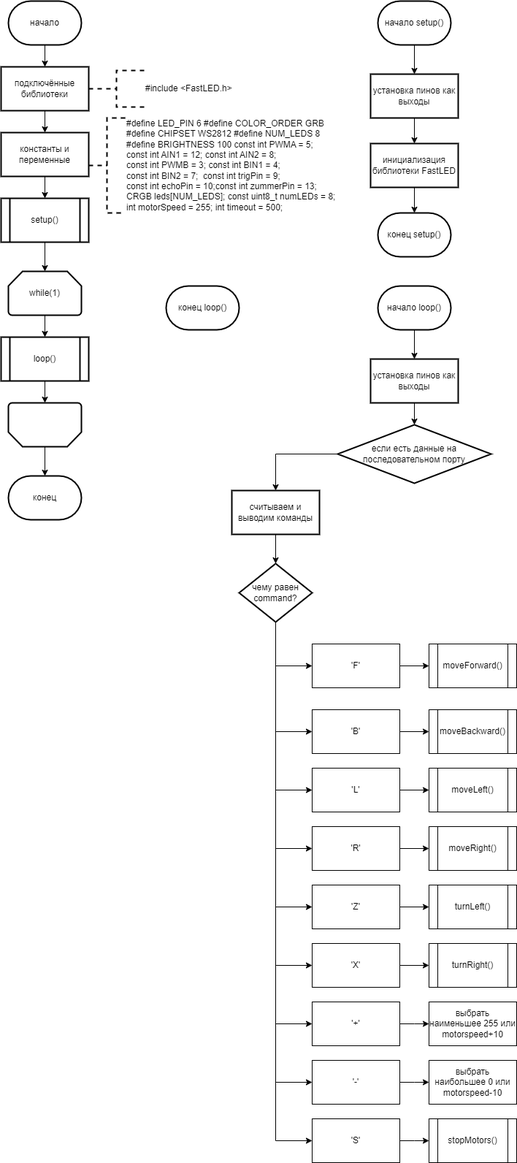
The draw.io diagram Sem_2/shemaprogram.drawio.png in ksinph/PSTU_LABS_2023, before a commit. Source tidied: cells renumbered, new cells last; positions are measured from the earlier drawing's top-left corner, leaving out a move shared by most shapes.
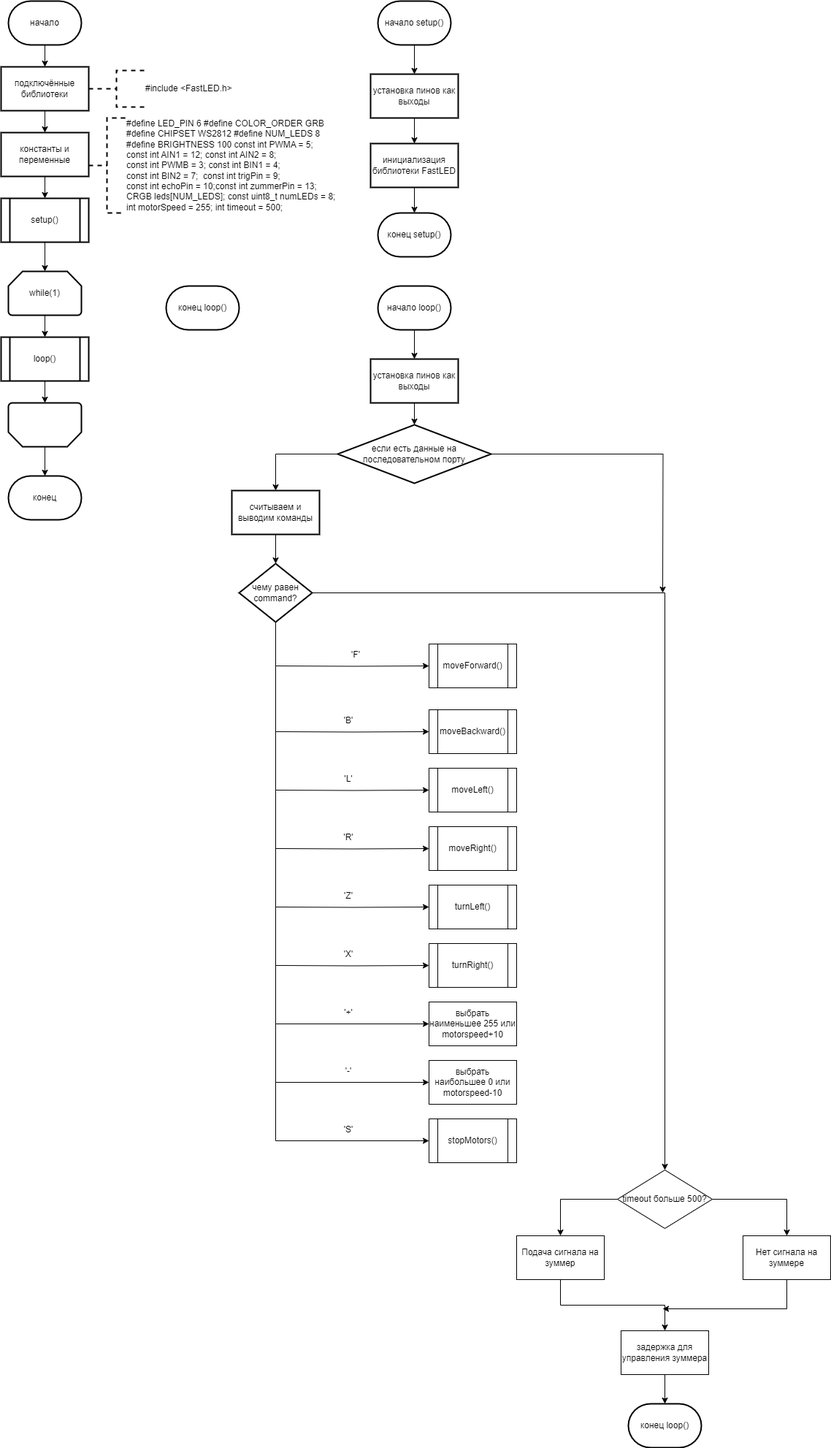
The same diagram one commit later.

Diff of the diagram source:
```diff
@@ -92,6 +92,11 @@
     <mxCell id="31" style="edgeStyle=orthogonalEdgeStyle;rounded=0;jettySize=auto;html=1;" parent="1" edge="1" source="32" target="34">
       <mxGeometry relative="1" as="geometry" />
     </mxCell>
+    <mxCell id="72" style="edgeStyle=orthogonalEdgeStyle;rounded=0;jettySize=auto;html=1;exitX=1;exitY=0.5;exitDx=0;exitDy=0;" parent="1" edge="1" source="32">
+      <mxGeometry relative="1" as="geometry">
+        <mxPoint x="906" y="810" as="targetPoint" />
+      </mxGeometry>
+    </mxCell>
     <mxCell id="32" value="если есть данные на последовательном порту" style="rhombus;whiteSpace=wrap;html=1;strokeWidth=2;" parent="1" vertex="1">
       <mxGeometry x="461" y="580" width="210" height="80" as="geometry" />
     </mxCell>
@@ -101,122 +106,145 @@
     <mxCell id="34" value="считываем и выводим команды" style="whiteSpace=wrap;html=1;strokeWidth=2;" parent="1" vertex="1">
       <mxGeometry x="316" y="670" width="120" height="60" as="geometry" />
     </mxCell>
-    <mxCell id="35" style="edgeStyle=orthogonalEdgeStyle;rounded=0;jettySize=auto;html=1;exitX=0.5;exitY=1;exitDx=0;exitDy=0;entryX=0;entryY=0.5;entryDx=0;entryDy=0;" parent="1" edge="1" source="44" target="46">
-      <mxGeometry relative="1" as="geometry" />
-    </mxCell>
-    <mxCell id="36" style="edgeStyle=orthogonalEdgeStyle;rounded=0;jettySize=auto;html=1;exitX=0.5;exitY=1;exitDx=0;exitDy=0;entryX=0;entryY=0.5;entryDx=0;entryDy=0;" parent="1" edge="1" source="44" target="49">
-      <mxGeometry relative="1" as="geometry" />
-    </mxCell>
-    <mxCell id="37" style="edgeStyle=orthogonalEdgeStyle;rounded=0;jettySize=auto;html=1;exitX=0.5;exitY=1;exitDx=0;exitDy=0;entryX=0;entryY=0.5;entryDx=0;entryDy=0;" parent="1" edge="1" source="44" target="52">
-      <mxGeometry relative="1" as="geometry" />
-    </mxCell>
-    <mxCell id="38" style="edgeStyle=orthogonalEdgeStyle;rounded=0;jettySize=auto;html=1;exitX=0.5;exitY=1;exitDx=0;exitDy=0;entryX=0;entryY=0.5;entryDx=0;entryDy=0;" parent="1" edge="1" source="44" target="55">
-      <mxGeometry relative="1" as="geometry" />
-    </mxCell>
-    <mxCell id="39" style="edgeStyle=orthogonalEdgeStyle;rounded=0;jettySize=auto;html=1;exitX=0.5;exitY=1;exitDx=0;exitDy=0;entryX=0;entryY=0.5;entryDx=0;entryDy=0;" parent="1" edge="1" source="44" target="58">
-      <mxGeometry relative="1" as="geometry" />
-    </mxCell>
-    <mxCell id="40" style="edgeStyle=orthogonalEdgeStyle;rounded=0;jettySize=auto;html=1;exitX=0.5;exitY=1;exitDx=0;exitDy=0;entryX=0;entryY=0.5;entryDx=0;entryDy=0;" parent="1" edge="1" source="44" target="61">
-      <mxGeometry relative="1" as="geometry" />
-    </mxCell>
-    <mxCell id="41" style="edgeStyle=orthogonalEdgeStyle;rounded=0;jettySize=auto;html=1;exitX=0.5;exitY=1;exitDx=0;exitDy=0;entryX=0;entryY=0.5;entryDx=0;entryDy=0;" parent="1" edge="1" source="44" target="64">
-      <mxGeometry relative="1" as="geometry" />
-    </mxCell>
-    <mxCell id="42" style="edgeStyle=orthogonalEdgeStyle;rounded=0;jettySize=auto;html=1;exitX=0.5;exitY=1;exitDx=0;exitDy=0;entryX=0;entryY=0.5;entryDx=0;entryDy=0;" parent="1" edge="1" source="44" target="66">
-      <mxGeometry relative="1" as="geometry" />
-    </mxCell>
-    <mxCell id="43" style="edgeStyle=orthogonalEdgeStyle;rounded=0;jettySize=auto;html=1;exitX=0.5;exitY=1;exitDx=0;exitDy=0;entryX=0;entryY=0.5;entryDx=0;entryDy=0;" parent="1" edge="1" source="44" target="70">
+    <mxCell id="43" style="edgeStyle=orthogonalEdgeStyle;rounded=0;jettySize=auto;html=1;exitX=0.5;exitY=1;exitDx=0;exitDy=0;entryX=0;entryY=0.5;entryDx=0;entryDy=0;" parent="1" edge="1" source="44" target="71">
       <mxGeometry relative="1" as="geometry" />
     </mxCell>
+    <mxCell id="73" style="edgeStyle=orthogonalEdgeStyle;rounded=0;jettySize=auto;html=1;exitX=1;exitY=0.5;exitDx=0;exitDy=0;entryX=0.5;entryY=0;entryDx=0;entryDy=0;" parent="1" edge="1" source="44" target="76">
+      <mxGeometry relative="1" as="geometry" />
+    </mxCell>
     <mxCell id="44" value="чему равен command?" style="rhombus;whiteSpace=wrap;html=1;strokeWidth=2;" parent="1" vertex="1">
       <mxGeometry x="326" y="770" width="100" height="80" as="geometry" />
     </mxCell>
-    <mxCell id="45" style="edgeStyle=orthogonalEdgeStyle;rounded=0;jettySize=auto;html=1;exitX=1;exitY=0.5;exitDx=0;exitDy=0;" parent="1" edge="1" source="46" target="47">
-      <mxGeometry relative="1" as="geometry" />
+    <mxCell id="45" style="edgeStyle=orthogonalEdgeStyle;rounded=0;jettySize=auto;html=1;" parent="1" edge="1" target="47">
+      <mxGeometry relative="1" as="geometry">
+        <mxPoint x="376" y="910" as="sourcePoint" />
+      </mxGeometry>
     </mxCell>
-    <mxCell id="46" value="'F'" style="rounded=0;whiteSpace=wrap;html=1;" parent="1" vertex="1">
-      <mxGeometry x="426" y="880" width="120" height="60" as="geometry" />
-    </mxCell>
     <mxCell id="47" value="moveForward()" style="shape=process;whiteSpace=wrap;html=1;backgroundOutline=1;" parent="1" vertex="1">
       <mxGeometry x="586" y="880" width="120" height="60" as="geometry" />
     </mxCell>
-    <mxCell id="48" style="edgeStyle=orthogonalEdgeStyle;rounded=0;jettySize=auto;html=1;exitX=1;exitY=0.5;exitDx=0;exitDy=0;" parent="1" edge="1" source="49" target="50">
-      <mxGeometry relative="1" as="geometry" />
+    <mxCell id="48" style="edgeStyle=orthogonalEdgeStyle;rounded=0;jettySize=auto;html=1;" parent="1" edge="1" target="50">
+      <mxGeometry relative="1" as="geometry">
+        <mxPoint x="376" y="1000" as="sourcePoint" />
+      </mxGeometry>
     </mxCell>
-    <mxCell id="49" value="'B'" style="rounded=0;whiteSpace=wrap;html=1;" parent="1" vertex="1">
-      <mxGeometry x="426" y="970" width="120" height="60" as="geometry" />
-    </mxCell>
     <mxCell id="50" value="moveBackward()" style="shape=process;whiteSpace=wrap;html=1;backgroundOutline=1;" parent="1" vertex="1">
       <mxGeometry x="586" y="970" width="120" height="60" as="geometry" />
     </mxCell>
-    <mxCell id="51" style="edgeStyle=orthogonalEdgeStyle;rounded=0;jettySize=auto;html=1;exitX=1;exitY=0.5;exitDx=0;exitDy=0;" parent="1" edge="1" source="52" target="53">
-      <mxGeometry relative="1" as="geometry" />
+    <mxCell id="51" style="edgeStyle=orthogonalEdgeStyle;rounded=0;jettySize=auto;html=1;" parent="1" edge="1" target="53">
+      <mxGeometry relative="1" as="geometry">
+        <mxPoint x="376" y="1080" as="sourcePoint" />
+      </mxGeometry>
     </mxCell>
-    <mxCell id="52" value="'L'" style="rounded=0;whiteSpace=wrap;html=1;" parent="1" vertex="1">
-      <mxGeometry x="426" y="1050" width="120" height="60" as="geometry" />
-    </mxCell>
     <mxCell id="53" value="moveLeft()" style="shape=process;whiteSpace=wrap;html=1;backgroundOutline=1;" parent="1" vertex="1">
       <mxGeometry x="586" y="1050" width="120" height="60" as="geometry" />
     </mxCell>
-    <mxCell id="54" style="edgeStyle=orthogonalEdgeStyle;rounded=0;jettySize=auto;html=1;exitX=1;exitY=0.5;exitDx=0;exitDy=0;" parent="1" edge="1" source="55" target="56">
-      <mxGeometry relative="1" as="geometry" />
+    <mxCell id="54" style="edgeStyle=orthogonalEdgeStyle;rounded=0;jettySize=auto;html=1;" parent="1" edge="1" target="56">
+      <mxGeometry relative="1" as="geometry">
+        <mxPoint x="376" y="1160" as="sourcePoint" />
+      </mxGeometry>
     </mxCell>
-    <mxCell id="55" value="'R'" style="rounded=0;whiteSpace=wrap;html=1;" parent="1" vertex="1">
-      <mxGeometry x="426" y="1130" width="120" height="60" as="geometry" />
-    </mxCell>
     <mxCell id="56" value="moveRight()" style="shape=process;whiteSpace=wrap;html=1;backgroundOutline=1;" parent="1" vertex="1">
       <mxGeometry x="586" y="1130" width="120" height="60" as="geometry" />
     </mxCell>
-    <mxCell id="57" style="edgeStyle=orthogonalEdgeStyle;rounded=0;jettySize=auto;html=1;exitX=1;exitY=0.5;exitDx=0;exitDy=0;" parent="1" edge="1" source="58" target="59">
-      <mxGeometry relative="1" as="geometry" />
+    <mxCell id="57" style="edgeStyle=orthogonalEdgeStyle;rounded=0;jettySize=auto;html=1;" parent="1" edge="1" target="59">
+      <mxGeometry relative="1" as="geometry">
+        <mxPoint x="376" y="1240" as="sourcePoint" />
+      </mxGeometry>
     </mxCell>
-    <mxCell id="58" value="'Z'" style="rounded=0;whiteSpace=wrap;html=1;" parent="1" vertex="1">
-      <mxGeometry x="426" y="1210" width="120" height="60" as="geometry" />
-    </mxCell>
     <mxCell id="59" value="turnLeft()" style="shape=process;whiteSpace=wrap;html=1;backgroundOutline=1;" parent="1" vertex="1">
       <mxGeometry x="586" y="1210" width="120" height="60" as="geometry" />
     </mxCell>
-    <mxCell id="60" style="edgeStyle=orthogonalEdgeStyle;rounded=0;jettySize=auto;html=1;exitX=1;exitY=0.5;exitDx=0;exitDy=0;" parent="1" edge="1" source="61" target="62">
-      <mxGeometry relative="1" as="geometry" />
+    <mxCell id="60" style="edgeStyle=orthogonalEdgeStyle;rounded=0;jettySize=auto;html=1;" parent="1" edge="1" target="62">
+      <mxGeometry relative="1" as="geometry">
+        <mxPoint x="376" y="1320" as="sourcePoint" />
+      </mxGeometry>
     </mxCell>
-    <mxCell id="61" value="'X'" style="rounded=0;whiteSpace=wrap;html=1;" parent="1" vertex="1">
-      <mxGeometry x="426" y="1290" width="120" height="60" as="geometry" />
-    </mxCell>
     <mxCell id="62" value="turnRight()" style="shape=process;whiteSpace=wrap;html=1;backgroundOutline=1;" parent="1" vertex="1">
       <mxGeometry x="586" y="1290" width="120" height="60" as="geometry" />
     </mxCell>
-    <mxCell id="63" style="edgeStyle=orthogonalEdgeStyle;rounded=0;jettySize=auto;html=1;exitX=1;exitY=0.5;exitDx=0;exitDy=0;" parent="1" edge="1" source="64">
+    <mxCell id="63" style="edgeStyle=orthogonalEdgeStyle;rounded=0;orthogonalLoop=1;jettySize=auto;html=1;" parent="1" edge="1">
       <mxGeometry relative="1" as="geometry">
+        <mxPoint x="376" y="1400" as="sourcePoint" />
         <mxPoint x="586" y="1400" as="targetPoint" />
       </mxGeometry>
     </mxCell>
-    <mxCell id="64" value="'+'" style="rounded=0;whiteSpace=wrap;html=1;" parent="1" vertex="1">
-      <mxGeometry x="426" y="1370" width="120" height="60" as="geometry" />
-    </mxCell>
-    <mxCell id="65" style="edgeStyle=orthogonalEdgeStyle;rounded=0;jettySize=auto;html=1;exitX=1;exitY=0.5;exitDx=0;exitDy=0;" parent="1" edge="1" source="66">
+    <mxCell id="65" style="edgeStyle=orthogonalEdgeStyle;rounded=0;orthogonalLoop=1;jettySize=auto;html=1;" parent="1" edge="1">
       <mxGeometry relative="1" as="geometry">
+        <mxPoint x="376" y="1480" as="sourcePoint" />
         <mxPoint x="586" y="1480" as="targetPoint" />
       </mxGeometry>
     </mxCell>
-    <mxCell id="66" value="'-'" style="rounded=0;whiteSpace=wrap;html=1;" parent="1" vertex="1">
-      <mxGeometry x="426" y="1450" width="120" height="60" as="geometry" />
-    </mxCell>
     <mxCell id="67" value="выбрать наименьшее 255 или motorspeed+10" style="rounded=0;whiteSpace=wrap;html=1;" parent="1" vertex="1">
       <mxGeometry x="586" y="1370" width="120" height="60" as="geometry" />
     </mxCell>
     <mxCell id="68" value="выбрать наибольшее 0 или motorspeed-10" style="rounded=0;whiteSpace=wrap;html=1;" parent="1" vertex="1">
       <mxGeometry x="586" y="1450" width="120" height="60" as="geometry" />
     </mxCell>
-    <mxCell id="69" style="edgeStyle=orthogonalEdgeStyle;rounded=0;jettySize=auto;html=1;exitX=1;exitY=0.5;exitDx=0;exitDy=0;" parent="1" edge="1" source="70">
-      <mxGeometry relative="1" as="geometry">
-        <mxPoint x="586" y="1560" as="targetPoint" />
-      </mxGeometry>
-    </mxCell>
+    <mxCell id="71" value="stopMotors()" style="shape=process;whiteSpace=wrap;html=1;backgroundOutline=1;" parent="1" vertex="1">
+      <mxGeometry x="586" y="1530" width="120" height="60" as="geometry" />
+    </mxCell>
+    <mxCell id="74" style="edgeStyle=orthogonalEdgeStyle;rounded=0;jettySize=auto;html=1;" parent="1" edge="1" source="76" target="78">
+      <mxGeometry relative="1" as="geometry" />
+    </mxCell>
+    <mxCell id="75" style="edgeStyle=orthogonalEdgeStyle;rounded=0;jettySize=auto;html=1;" parent="1" edge="1" source="76" target="80">
+      <mxGeometry relative="1" as="geometry" />
+    </mxCell>
+    <mxCell id="76" value="timeout больше 500?" style="rhombus;whiteSpace=wrap;html=1;" parent="1" vertex="1">
+      <mxGeometry x="844" y="1600" width="130" height="80" as="geometry" />
+    </mxCell>
+    <mxCell id="46" value="'F'" style="text;html=1;align=center;verticalAlign=middle;whiteSpace=wrap;rounded=0;" parent="1" vertex="1">
+      <mxGeometry x="456" y="880" width="60" height="30" as="geometry" />
+    </mxCell>
+    <mxCell id="49" value="'B'" style="text;html=1;align=center;verticalAlign=middle;whiteSpace=wrap;rounded=0;" parent="1" vertex="1">
+      <mxGeometry x="446" y="970" width="60" height="30" as="geometry" />
+    </mxCell>
+    <mxCell id="52" value="'L'" style="text;html=1;align=center;verticalAlign=middle;whiteSpace=wrap;rounded=0;" parent="1" vertex="1">
+      <mxGeometry x="446" y="1050" width="60" height="30" as="geometry" />
+    </mxCell>
+    <mxCell id="55" value="'R'" style="text;html=1;align=center;verticalAlign=middle;whiteSpace=wrap;rounded=0;" parent="1" vertex="1">
+      <mxGeometry x="446" y="1130" width="60" height="30" as="geometry" />
+    </mxCell>
+    <mxCell id="58" value="'Z'" style="text;html=1;align=center;verticalAlign=middle;whiteSpace=wrap;rounded=0;" parent="1" vertex="1">
+      <mxGeometry x="446" y="1210" width="60" height="30" as="geometry" />
+    </mxCell>
+    <mxCell id="61" value="'X'" style="text;html=1;align=center;verticalAlign=middle;whiteSpace=wrap;rounded=0;" parent="1" vertex="1">
+      <mxGeometry x="446" y="1290" width="60" height="30" as="geometry" />
+    </mxCell>
+    <mxCell id="64" value="'+'" style="text;html=1;align=center;verticalAlign=middle;whiteSpace=wrap;rounded=0;" parent="1" vertex="1">
+      <mxGeometry x="446" y="1370" width="60" height="30" as="geometry" />
+    </mxCell>
+    <mxCell id="66" value="'-'" style="text;html=1;align=center;verticalAlign=middle;whiteSpace=wrap;rounded=0;" parent="1" vertex="1">
+      <mxGeometry x="446" y="1450" width="60" height="30" as="geometry" />
+    </mxCell>
-    <mxCell id="70" value="'S'" style="rounded=0;whiteSpace=wrap;html=1;" parent="1" vertex="1">
-      <mxGeometry x="426" y="1530" width="120" height="60" as="geometry" />
+    <mxCell id="70" value="'S'" style="text;html=1;align=center;verticalAlign=middle;whiteSpace=wrap;rounded=0;" parent="1" vertex="1">
+      <mxGeometry x="446" y="1530" width="60" height="30" as="geometry" />
     </mxCell>
-    <mxCell id="71" value="stopMotors()" style="shape=process;whiteSpace=wrap;html=1;backgroundOutline=1;" parent="1" vertex="1">
-      <mxGeometry x="586" y="1530" width="120" height="60" as="geometry" />
-    </mxCell>
+    <mxCell id="77" style="edgeStyle=orthogonalEdgeStyle;rounded=0;jettySize=auto;html=1;exitX=0.5;exitY=1;exitDx=0;exitDy=0;entryX=0.5;entryY=0;entryDx=0;entryDy=0;" parent="1" edge="1" source="78" target="81">
+      <mxGeometry relative="1" as="geometry" />
+    </mxCell>
+    <mxCell id="78" value="Подача сигнала на зуммер" style="whiteSpace=wrap;html=1;" parent="1" vertex="1">
+      <mxGeometry x="706" y="1690" width="120" height="60" as="geometry" />
+    </mxCell>
+    <mxCell id="79" style="edgeStyle=orthogonalEdgeStyle;rounded=0;jettySize=auto;html=1;exitX=0.5;exitY=1;exitDx=0;exitDy=0;" parent="1" edge="1" source="80">
+      <mxGeometry relative="1" as="geometry">
+        <mxPoint x="906" y="1790" as="targetPoint" />
+        <Array as="points">
+          <mxPoint x="1076" y="1790" />
+        </Array>
+      </mxGeometry>
+    </mxCell>
+    <mxCell id="80" value="Нет сигнала на зуммере" style="whiteSpace=wrap;html=1;" parent="1" vertex="1">
+      <mxGeometry x="1016" y="1690" width="120" height="60" as="geometry" />
+    </mxCell>
+    <mxCell id="81" value="задержка для управления зуммера" style="rounded=0;whiteSpace=wrap;html=1;" parent="1" vertex="1">
+      <mxGeometry x="849" y="1820" width="120" height="60" as="geometry" />
+    </mxCell>
+    <mxCell id="82" value="конец loop()" style="strokeWidth=2;html=1;shape=mxgraph.flowchart.terminator;whiteSpace=wrap;" parent="1" vertex="1">
+      <mxGeometry x="859" y="1920" width="100" height="60" as="geometry" />
+    </mxCell>
+    <mxCell id="83" style="edgeStyle=orthogonalEdgeStyle;rounded=0;jettySize=auto;html=1;exitX=0.5;exitY=1;exitDx=0;exitDy=0;entryX=0.5;entryY=0;entryDx=0;entryDy=0;entryPerimeter=0;" parent="1" edge="1" source="81" target="82">
+      <mxGeometry relative="1" as="geometry" />
+    </mxCell>
   </root>
 </mxGraphModel>
```
